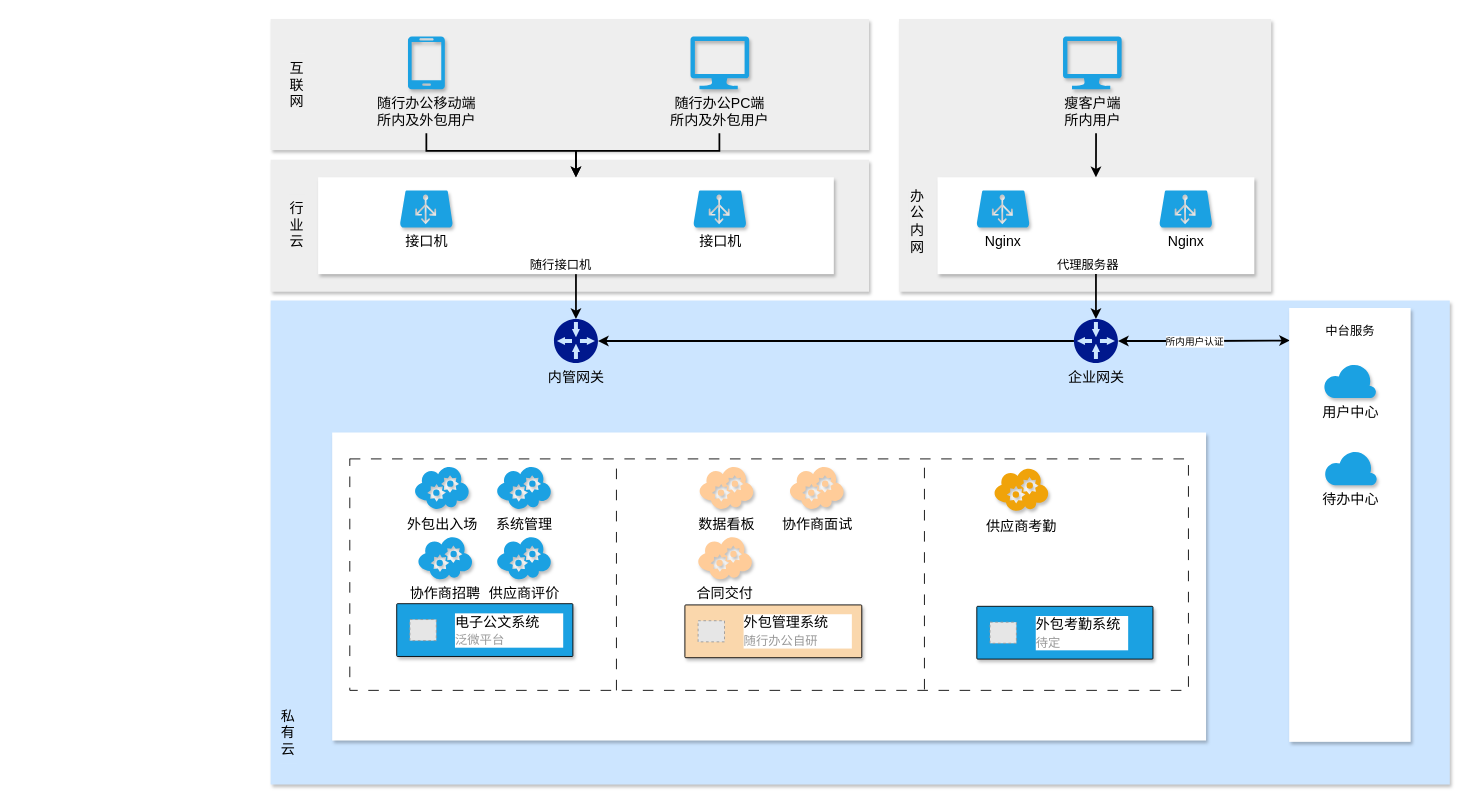
This is page "外包管理系统架构图" (14 of 22) of Untitled Diagram.drawio from shiki-mqp/PrivatePods, a draw.io file, before an edit. Source tidied: cells renumbered, new cells numbered last; positions are measured from the earlier drawing's top-left corner, leaving out a move shared by most shapes. Both pictures are drawn from the tidied source at 88%, with x=0, y=0 at pixel (270, 18). Pictures stored in the file or linked from it are replaced by grey dashed boxes.
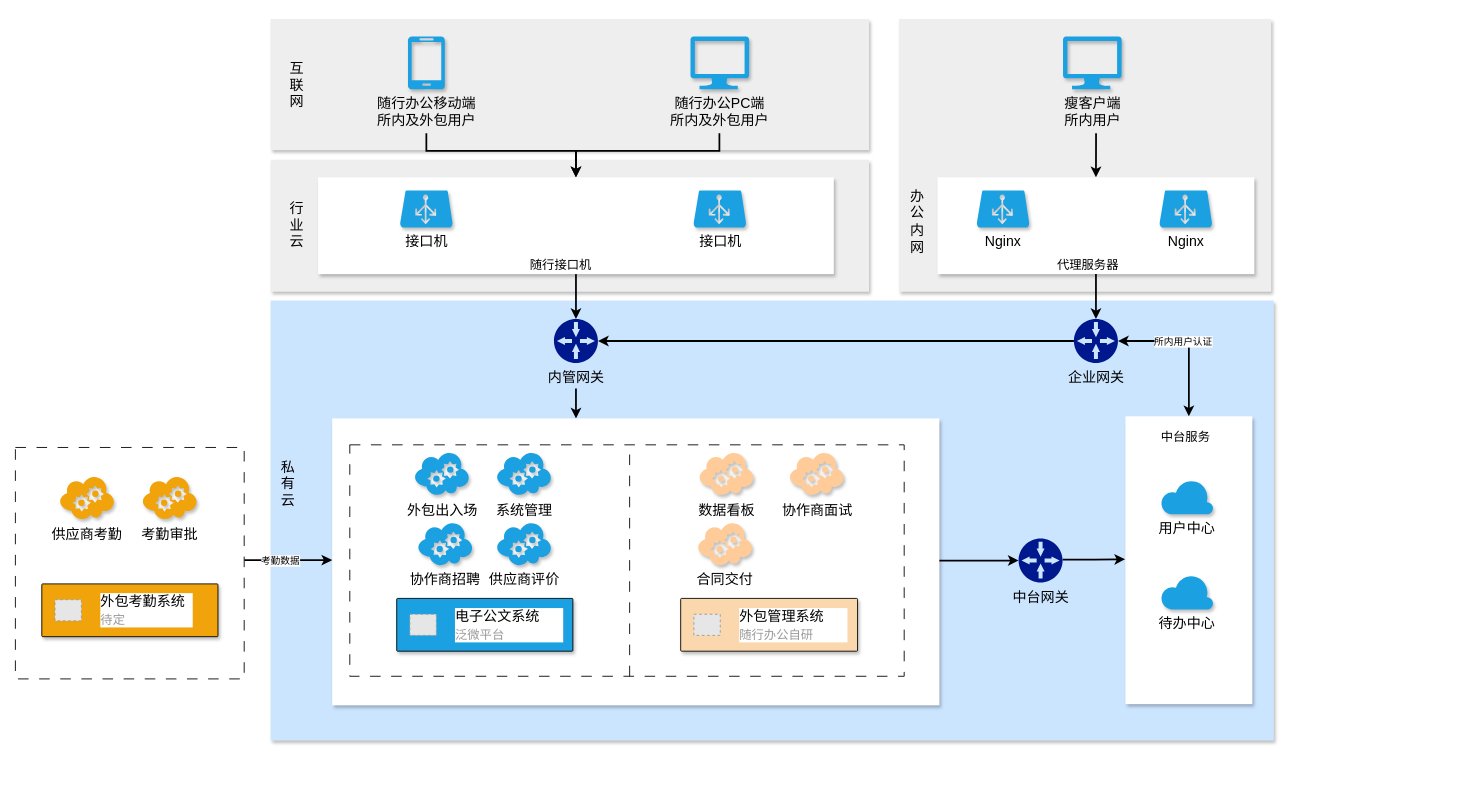
Above is the later version.

Unchanged cells that the change refers to:
```xml
<mxCell id="11" value="企业网关" style="sketch=0;shadow=0;dashed=0;html=1;strokeColor=none;labelPosition=center;verticalLabelPosition=bottom;verticalAlign=top;align=center;fillColor=#00188D;shape=mxgraph.mscae.enterprise.gateway;fontSize=16;" parent="1" vertex="1">
  <mxGeometry x="912.9" y="341" width="50" height="50" as="geometry" />
</mxCell>
```

What changed in the source:
```diff
@@
     <mxCell id="5" style="rounded=0;whiteSpace=wrap;html=1;strokeColor=none;fillColor=#cce5ff;shadow=1;" parent="1" vertex="1">
-      <mxGeometry y="320" width="1340" height="550" as="geometry" />
+      <mxGeometry y="320" width="1140" height="500" as="geometry" />
     </mxCell>
@@
     <mxCell id="7" value="&lt;span style=&quot;font-size: 16px;&quot;&gt;私有云&lt;/span&gt;" style="rounded=0;whiteSpace=wrap;html=1;shadow=0;fillColor=#cce5ff;strokeColor=none;" parent="1" vertex="1">
-      <mxGeometry x="10" y="776" width="20" height="70" as="geometry" />
+      <mxGeometry x="10" y="493.1" width="20" height="70" as="geometry" />
     </mxCell>
@@
-    <mxCell id="9" style="edgeStyle=orthogonalEdgeStyle;rounded=0;jettySize=auto;html=1;entryX=0.925;entryY=0.006;entryDx=0;entryDy=0;entryPerimeter=0;startArrow=classic;startFill=1;strokeWidth=2;" parent="1" edge="1" source="11" target="48">
+    <mxCell id="9" style="edgeStyle=orthogonalEdgeStyle;rounded=0;jettySize=auto;html=1;entryX=1;entryY=0.5;entryDx=0;entryDy=0;startArrow=classic;startFill=1;strokeWidth=2;" parent="1" edge="1" source="11" target="48">
       <mxGeometry relative="1" as="geometry" />
     </mxCell>
@@
+    <mxCell id="57" style="edgeStyle=orthogonalEdgeStyle;rounded=0;jettySize=auto;html=1;strokeWidth=2;" parent="1" edge="1" target="30">
+      <mxGeometry relative="1" as="geometry">
+        <mxPoint x="347" y="420" as="sourcePoint" />
+        <Array as="points">
+          <mxPoint x="347" y="450" />
+          <mxPoint x="347" y="450" />
+        </Array>
+      </mxGeometry>
+    </mxCell>
@@
     <mxCell id="30" style="rounded=0;whiteSpace=wrap;html=1;shadow=1;strokeColor=none;" parent="1" vertex="1">
-      <mxGeometry x="70" y="470" width="993" height="350" as="geometry" />
+      <mxGeometry x="70" y="454" width="690" height="326" as="geometry" />
     </mxCell>
     <mxCell id="31" style="rounded=0;whiteSpace=wrap;html=1;shadow=0;dashed=1;dashPattern=12 12;" parent="1" vertex="1">
-      <mxGeometry x="90" y="500" width="953" height="263" as="geometry" />
+      <mxGeometry x="90" y="484" width="630" height="263" as="geometry" />
     </mxCell>
-    <mxCell id="32" style="group;" parent="1" vertex="1">
-      <mxGeometry x="802.5" y="667.5" width="200.2" height="90" as="geometry" />
-    </mxCell>
-    <mxCell id="33" style="strokeColor=#000000;shadow=1;strokeWidth=1;rounded=1;absoluteArcSize=1;arcSize=2;labelBackgroundColor=none;fontSize=16;fillColor=#1ba1e2;fontColor=#ffffff;" parent="32" vertex="1">
-      <mxGeometry width="200.2" height="60" as="geometry" />
-    </mxCell>
-    <mxCell id="34" value="&lt;font color=&quot;#000000&quot;&gt;外包考勤系统&amp;nbsp;&amp;nbsp;&lt;/font&gt;&lt;br&gt;&lt;span style=&quot;font-size: 14px;&quot;&gt;待定&lt;/span&gt;" style="fillColor=#E6E6E6;strokeColor=#999999;dashed=1;html=1;fontColor=#999999;verticalLabelPosition=middle;labelBackgroundColor=#ffffff;verticalAlign=middle;labelPosition=right;align=left;spacingLeft=20;fontSize=16;" parent="33" vertex="1">
-      <mxGeometry width="30" height="24" relative="1" as="geometry">
-        <mxPoint x="15" y="18" as="offset" />
-      </mxGeometry>
-    </mxCell>
-    <mxCell id="35" value="供应商考勤" style="verticalLabelPosition=bottom;html=1;verticalAlign=top;align=center;strokeColor=none;fillColor=#f0a30a;shape=mxgraph.azure.cloud_service;shadow=1;dashed=1;strokeWidth=1;fontSize=16;fontColor=#000000;labelBackgroundColor=none;fontFamily=Helvetica;" parent="1" vertex="1">
-      <mxGeometry x="821.8" y="509.6" width="62.5" height="50" as="geometry" />
-    </mxCell>
     <mxCell id="36" value="协作商面试" style="verticalLabelPosition=bottom;html=1;verticalAlign=top;align=center;strokeColor=none;fillColor=#ffcc99;shape=mxgraph.azure.cloud_service;shadow=1;dashed=1;strokeWidth=1;fontSize=16;fontColor=default;labelBackgroundColor=none;fontFamily=Helvetica;" parent="1" vertex="1">
-      <mxGeometry x="589.3" y="507.5" width="62.5" height="50" as="geometry" />
+      <mxGeometry x="589.3" y="491.5" width="62.5" height="50" as="geometry" />
     </mxCell>
     <mxCell id="37" value="数据看板" style="verticalLabelPosition=bottom;html=1;verticalAlign=top;align=center;strokeColor=none;fillColor=#ffcc99;shape=mxgraph.azure.cloud_service;shadow=1;dashed=1;strokeWidth=1;fontSize=16;fontColor=default;labelBackgroundColor=none;fontFamily=Helvetica;" parent="1" vertex="1">
-      <mxGeometry x="486.7" y="507.5" width="62.5" height="50" as="geometry" />
+      <mxGeometry x="486.7" y="491.5" width="62.5" height="50" as="geometry" />
     </mxCell>
     <mxCell id="38" value="合同交付" style="verticalLabelPosition=bottom;html=1;verticalAlign=top;align=center;strokeColor=none;fillColor=#ffcc99;shape=mxgraph.azure.cloud_service;shadow=1;dashed=1;strokeWidth=1;fontSize=16;fontColor=default;labelBackgroundColor=none;fontFamily=Helvetica;" parent="1" vertex="1">
-      <mxGeometry x="485.1" y="587.4" width="62.5" height="50" as="geometry" />
+      <mxGeometry x="485.1" y="571.4" width="62.5" height="50" as="geometry" />
     </mxCell>
-    <mxCell id="39" style="edgeStyle=orthogonalEdgeStyle;rounded=0;orthogonalLoop=1;jettySize=auto;html=1;strokeWidth=1;fontSize=16;fontColor=#000000;startArrow=none;startFill=0;endArrow=none;endFill=0;dashed=1;dashPattern=12 12;" parent="1" edge="1">
-      <mxGeometry relative="1" as="geometry">
-        <mxPoint x="743" y="762" as="sourcePoint" />
-        <mxPoint x="743" y="504" as="targetPoint" />
-        <Array as="points">
-          <mxPoint x="743" y="762" />
-          <mxPoint x="743" y="417" />
-        </Array>
-      </mxGeometry>
-    </mxCell>
     <mxCell id="40" style="edgeStyle=orthogonalEdgeStyle;rounded=0;orthogonalLoop=1;jettySize=auto;html=1;strokeWidth=1;fontSize=16;fontColor=#000000;startArrow=none;startFill=0;endArrow=none;endFill=0;dashed=1;dashPattern=12 12;" parent="1" edge="1">
       <mxGeometry relative="1" as="geometry">
-        <mxPoint x="393" y="763" as="sourcePoint" />
-        <mxPoint x="393" y="504" as="targetPoint" />
+        <mxPoint x="408" y="747" as="sourcePoint" />
+        <mxPoint x="408" y="488" as="targetPoint" />
         <Array as="points">
-          <mxPoint x="393" y="763" />
-          <mxPoint x="393" y="413" />
+          <mxPoint x="408" y="747" />
+          <mxPoint x="408" y="397" />
         </Array>
       </mxGeometry>
     </mxCell>
     <mxCell id="41" style="group;" parent="1" vertex="1">
-      <mxGeometry x="143.3" y="664.5" width="200.2" height="100" as="geometry" />
+      <mxGeometry x="143.3" y="658.5" width="200.2" height="100" as="geometry" />
     </mxCell>
@@
     <mxCell id="44" value="外包出入场" style="verticalLabelPosition=bottom;html=1;verticalAlign=top;align=center;strokeColor=none;fillColor=#1ba1e2;shape=mxgraph.azure.cloud_service;shadow=1;dashed=1;strokeWidth=1;fontSize=16;fontColor=#000000;labelBackgroundColor=none;" parent="1" vertex="1">
-      <mxGeometry x="163.3" y="507.5" width="62.5" height="50" as="geometry" />
+      <mxGeometry x="163.3" y="491.5" width="62.5" height="50" as="geometry" />
     </mxCell>
@@
     <mxCell id="48" style="rounded=0;whiteSpace=wrap;html=1;shadow=1;strokeColor=none;rotation=-90;" parent="1" vertex="1">
-      <mxGeometry x="980" y="506" width="493" height="138" as="geometry" />
+      <mxGeometry x="880" y="543" width="327" height="144.2" as="geometry" />
     </mxCell>
     <mxCell id="49" value="&lt;span style=&quot;font-size: 14px;&quot;&gt;中台服务&lt;/span&gt;" style="rounded=0;whiteSpace=wrap;html=1;shadow=0;fillColor=none;strokeColor=none;" parent="1" vertex="1">
-      <mxGeometry x="1188.6" y="341" width="75.8" height="27.9" as="geometry" />
+      <mxGeometry x="1001.8" y="460.7" width="75.8" height="27.9" as="geometry" />
     </mxCell>
     <mxCell id="50" value="待办中心" style="verticalLabelPosition=bottom;html=1;verticalAlign=top;align=center;strokeColor=none;fillColor=#1ba1e2;shape=mxgraph.azure.cloud;shadow=1;dashed=1;labelBackgroundColor=none;strokeWidth=1;fontSize=16;fontColor=#000000;" parent="1" vertex="1">
-      <mxGeometry x="1197.5" y="490" width="59.8" height="40" as="geometry" />
+      <mxGeometry x="1011.5" y="631.1" width="59.8" height="40" as="geometry" />
     </mxCell>
     <mxCell id="51" value="用户中心" style="verticalLabelPosition=bottom;html=1;verticalAlign=top;align=center;strokeColor=none;fillColor=#1ba1e2;shape=mxgraph.azure.cloud;shadow=1;dashed=1;labelBackgroundColor=none;strokeWidth=1;fontSize=16;fontColor=#000000;" parent="1" vertex="1">
-      <mxGeometry x="1196.6" y="391" width="59.8" height="40" as="geometry" />
+      <mxGeometry x="1011.5" y="523.1" width="59.8" height="40" as="geometry" />
     </mxCell>
     <mxCell id="52" value="系统管理" style="verticalLabelPosition=bottom;html=1;verticalAlign=top;align=center;strokeColor=none;fillColor=#1ba1e2;shape=mxgraph.azure.cloud_service;shadow=1;dashed=1;strokeWidth=1;fontSize=16;fontColor=#000000;labelBackgroundColor=none;" parent="1" vertex="1">
-      <mxGeometry x="256.6" y="507.5" width="62.5" height="50" as="geometry" />
+      <mxGeometry x="256.6" y="491.5" width="62.5" height="50" as="geometry" />
     </mxCell>
     <mxCell id="53" value="协作商招聘" style="verticalLabelPosition=bottom;html=1;verticalAlign=top;align=center;strokeColor=none;fillColor=#1ba1e2;shape=mxgraph.azure.cloud_service;shadow=1;dashed=1;strokeWidth=1;fontSize=16;fontColor=#000000;labelBackgroundColor=none;" parent="1" vertex="1">
-      <mxGeometry x="167.1" y="587.4" width="62.5" height="50" as="geometry" />
+      <mxGeometry x="167.1" y="571.4" width="62.5" height="50" as="geometry" />
     </mxCell>
     <mxCell id="54" value="供应商评价" style="verticalLabelPosition=bottom;html=1;verticalAlign=top;align=center;strokeColor=none;fillColor=#1ba1e2;shape=mxgraph.azure.cloud_service;shadow=1;dashed=1;strokeWidth=1;fontSize=16;fontColor=#000000;labelBackgroundColor=none;" parent="1" vertex="1">
-      <mxGeometry x="256.6" y="587.4" width="62.5" height="50" as="geometry" />
+      <mxGeometry x="256.6" y="571.4" width="62.5" height="50" as="geometry" />
     </mxCell>
     <mxCell id="55" style="strokeColor=#000000;shadow=1;strokeWidth=1;rounded=1;absoluteArcSize=1;arcSize=2;labelBackgroundColor=none;fontSize=16;fillColor=#FAD7AC;fontColor=#ffffff;" parent="1" vertex="1">
-      <mxGeometry x="470.8" y="665.9" width="201" height="60" as="geometry" />
+      <mxGeometry x="466" y="658.5" width="201" height="60" as="geometry" />
     </mxCell>
@@
+    <mxCell id="58" style="edgeStyle=orthogonalEdgeStyle;rounded=0;jettySize=auto;html=1;strokeWidth=2;" parent="1" edge="1" source="60" target="30">
+      <mxGeometry relative="1" as="geometry">
+        <Array as="points">
+          <mxPoint x="40" y="615" />
+          <mxPoint x="40" y="615" />
+        </Array>
+      </mxGeometry>
+    </mxCell>
+    <mxCell id="59" value="考勤数据" style="edgeLabel;html=1;align=center;verticalAlign=middle;" parent="58" vertex="1">
+      <mxGeometry x="0.17" relative="1" as="geometry">
+        <mxPoint x="-19" as="offset" />
+      </mxGeometry>
+    </mxCell>
+    <mxCell id="60" style="rounded=0;whiteSpace=wrap;html=1;shadow=0;dashed=1;dashPattern=12 12;" parent="1" vertex="1">
+      <mxGeometry x="-290" y="487" width="260" height="263" as="geometry" />
+    </mxCell>
+    <mxCell id="32" style="group;" parent="1" vertex="1">
+      <mxGeometry x="-260" y="635" width="200.2" height="90" as="geometry" />
+    </mxCell>
+    <mxCell id="33" style="strokeColor=#000000;shadow=1;strokeWidth=1;rounded=1;absoluteArcSize=1;arcSize=2;labelBackgroundColor=none;fontSize=16;fillColor=#F0A30A;fontColor=#ffffff;" parent="32" vertex="1">
+      <mxGeometry y="7" width="200.2" height="60" as="geometry" />
+    </mxCell>
+    <mxCell id="34" value="&lt;font color=&quot;#000000&quot;&gt;外包考勤系统&amp;nbsp;&amp;nbsp;&lt;/font&gt;&lt;br&gt;&lt;span style=&quot;font-size: 14px;&quot;&gt;待定&lt;/span&gt;" style="fillColor=#E6E6E6;strokeColor=#999999;dashed=1;html=1;fontColor=#999999;verticalLabelPosition=middle;labelBackgroundColor=#ffffff;verticalAlign=middle;labelPosition=right;align=left;spacingLeft=20;fontSize=16;" parent="33" vertex="1">
+      <mxGeometry width="30" height="24" relative="1" as="geometry">
+        <mxPoint x="15" y="18" as="offset" />
+      </mxGeometry>
+    </mxCell>
+    <mxCell id="35" value="供应商考勤" style="verticalLabelPosition=bottom;html=1;verticalAlign=top;align=center;strokeColor=none;fillColor=#f0a30a;shape=mxgraph.azure.cloud_service;shadow=1;dashed=1;strokeWidth=1;fontSize=16;fontColor=#000000;labelBackgroundColor=none;fontFamily=Helvetica;" parent="1" vertex="1">
+      <mxGeometry x="-240" y="519" width="62.5" height="50" as="geometry" />
+    </mxCell>
+    <mxCell id="61" value="考勤审批" style="verticalLabelPosition=bottom;html=1;verticalAlign=top;align=center;strokeColor=none;fillColor=#f0a30a;shape=mxgraph.azure.cloud_service;shadow=1;dashed=1;strokeWidth=1;fontSize=16;fontColor=#000000;labelBackgroundColor=none;fontFamily=Helvetica;" parent="1" vertex="1">
+      <mxGeometry x="-146" y="519" width="62.5" height="50" as="geometry" />
+    </mxCell>
+    <mxCell id="62" style="edgeStyle=orthogonalEdgeStyle;rounded=0;orthogonalLoop=1;jettySize=auto;html=1;strokeWidth=2;" parent="1" edge="1">
+      <mxGeometry relative="1" as="geometry">
+        <mxPoint x="900" y="614.5" as="sourcePoint" />
+        <mxPoint x="971" y="614" as="targetPoint" />
+        <Array as="points">
+          <mxPoint x="936" y="614" />
+          <mxPoint x="971" y="614" />
+        </Array>
+      </mxGeometry>
+    </mxCell>
+    <mxCell id="63" style="edgeStyle=orthogonalEdgeStyle;rounded=0;jettySize=auto;html=1;strokeWidth=2;startArrow=classic;startFill=1;endArrow=none;endFill=0;" parent="1" edge="1" source="64" target="30">
+      <mxGeometry relative="1" as="geometry">
+        <Array as="points">
+          <mxPoint x="790" y="616" />
+          <mxPoint x="790" y="616" />
+        </Array>
+      </mxGeometry>
+    </mxCell>
+    <mxCell id="64" value="中台网关" style="sketch=0;shadow=0;dashed=0;html=1;strokeColor=none;labelPosition=center;verticalLabelPosition=bottom;verticalAlign=top;align=center;fillColor=#00188D;shape=mxgraph.mscae.enterprise.gateway;fontSize=16;" parent="1" vertex="1">
+      <mxGeometry x="850" y="590.5" width="50" height="50" as="geometry" />
+    </mxCell>
```
